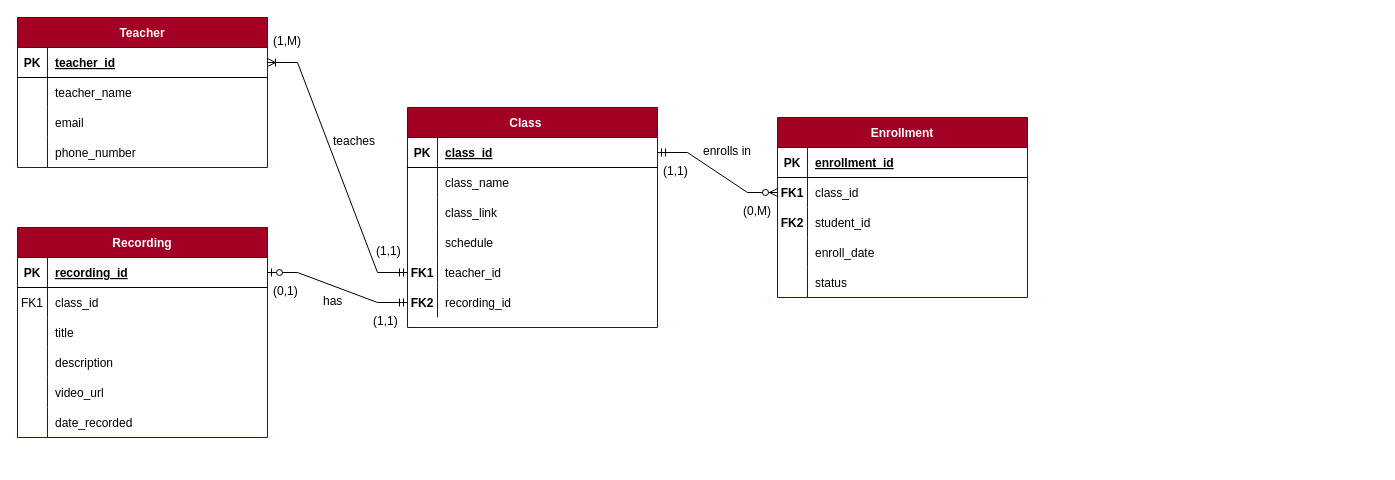
EzraChai/CMT221-Assignment keeps this draw.io diagram as CMT221_Assignment.drawio. Above is the earlier version. Source tidied: cells renumbered, new cells numbered last; positions are measured from the earlier drawing's top-left corner, leaving out a move shared by most shapes. Both pictures are drawn from the tidied source at 100%, with x=0, y=0 at pixel (17, 17).
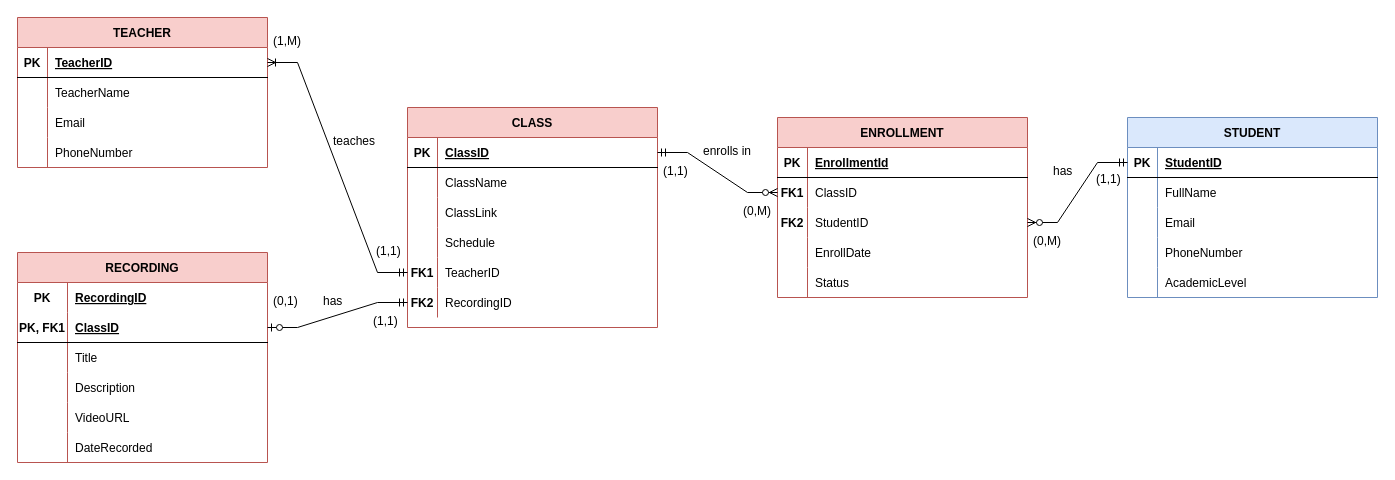
After the change.

Unchanged cells that the change refers to:
```xml
<mxCell id="3" style="shape=partialRectangle;fillColor=none;top=0;left=0;right=0;bottom=1;" parent="2" vertex="1">
  <mxGeometry y="30" width="250" height="30" as="geometry" />
</mxCell>
<mxCell id="6" style="shape=partialRectangle;fillColor=none;points=[[0,0.5],[1,0.5]];portConstraint=eastwest;top=0;left=0;right=0;bottom=0;" parent="2" vertex="1">
  <mxGeometry y="60" width="250" height="30" as="geometry" />
</mxCell>
<mxCell id="9" style="shape=partialRectangle;fillColor=none;points=[[0,0.5],[1,0.5]];portConstraint=eastwest;top=0;left=0;right=0;bottom=0;" parent="2" vertex="1">
  <mxGeometry y="90" width="250" height="30" as="geometry" />
</mxCell>
<mxCell id="12" style="shape=partialRectangle;fillColor=none;top=0;left=0;right=0;bottom=0;" parent="2" vertex="1">
  <mxGeometry y="120" width="250" height="30" as="geometry" />
</mxCell>
<mxCell id="15" style="shape=partialRectangle;fillColor=none;top=0;left=0;right=0;bottom=0;" parent="2" vertex="1">
  <mxGeometry y="150" width="250" height="30" as="geometry" />
</mxCell>
<mxCell id="19" style="shape=partialRectangle;fillColor=none;points=[[0,0.5],[1,0.5]];portConstraint=eastwest;top=0;left=0;right=0;bottom=1;" parent="18" vertex="1">
  <mxGeometry y="30" width="250" height="30" as="geometry" />
</mxCell>
<mxCell id="22" style="shape=partialRectangle;fillColor=none;top=0;left=0;right=0;bottom=0;" parent="18" vertex="1">
  <mxGeometry y="60" width="250" height="30" as="geometry" />
</mxCell>
<mxCell id="25" style="shape=partialRectangle;fillColor=none;top=0;left=0;right=0;bottom=0;" parent="18" vertex="1">
  <mxGeometry y="90" width="250" height="30" as="geometry" />
</mxCell>
<mxCell id="28" style="shape=partialRectangle;fillColor=none;top=0;left=0;right=0;bottom=0;" parent="18" vertex="1">
  <mxGeometry y="120" width="250" height="30" as="geometry" />
</mxCell>
<mxCell id="32" style="shape=partialRectangle;fillColor=none;points=[[0,0.5],[1,0.5]];portConstraint=eastwest;top=0;left=0;right=0;bottom=1;" parent="31" vertex="1">
  <mxGeometry y="30" width="250" height="30" as="geometry" />
</mxCell>
<mxCell id="35" style="shape=partialRectangle;fillColor=none;top=0;left=0;right=0;bottom=0;" parent="31" vertex="1">
  <mxGeometry y="60" width="250" height="30" as="geometry" />
</mxCell>
<mxCell id="38" style="shape=partialRectangle;fillColor=none;top=0;left=0;right=0;bottom=0;" parent="31" vertex="1">
  <mxGeometry y="90" width="250" height="30" as="geometry" />
</mxCell>
<mxCell id="41" style="shape=partialRectangle;fillColor=none;top=0;left=0;right=0;bottom=0;" parent="31" vertex="1">
  <mxGeometry y="120" width="250" height="30" as="geometry" />
</mxCell>
<mxCell id="44" style="shape=partialRectangle;fillColor=none;points=[[0,0.5],[1,0.5]];portConstraint=eastwest;top=0;left=0;right=0;bottom=0;" parent="31" vertex="1">
  <mxGeometry y="150" width="250" height="30" as="geometry" />
</mxCell>
<mxCell id="47" style="shape=partialRectangle;fillColor=none;points=[[0,0.5],[1,0.5]];portConstraint=eastwest;top=0;left=0;right=0;bottom=0;" parent="31" vertex="1">
  <mxGeometry y="180" width="250" height="30" as="geometry" />
</mxCell>
<mxCell id="57" style="shape=partialRectangle;fillColor=none;top=0;left=0;right=0;bottom=0;" parent="50" vertex="1">
  <mxGeometry y="90" width="250" height="30" as="geometry" />
</mxCell>
<mxCell id="60" style="shape=partialRectangle;fillColor=none;top=0;left=0;right=0;bottom=0;" parent="50" vertex="1">
  <mxGeometry y="120" width="250" height="30" as="geometry" />
</mxCell>
<mxCell id="63" style="shape=partialRectangle;fillColor=none;top=0;left=0;right=0;bottom=0;" parent="50" vertex="1">
  <mxGeometry y="150" width="250" height="30" as="geometry" />
</mxCell>
<mxCell id="66" style="shape=partialRectangle;fillColor=none;top=0;left=0;right=0;bottom=0;" parent="50" vertex="1">
  <mxGeometry y="180" width="250" height="30" as="geometry" />
</mxCell>
```

What changed in the source:
```diff
@@
-    <mxCell id="2" value="Enrollment" style="shape=table;startSize=30;childLayout=tableLayout;rowLines=0;fontStyle=1;align=center;fillColor=#a20025;fontColor=#ffffff;strokeColor=#6F0000;" parent="1" vertex="1">
+    <mxCell id="2" value="ENROLLMENT" style="shape=table;startSize=30;childLayout=tableLayout;rowLines=0;fontStyle=1;align=center;fillColor=#f8cecc;strokeColor=#b85450;" parent="1" vertex="1">
       <mxGeometry x="760" y="100" width="250" height="180" as="geometry" />
     </mxCell>
@@
-    <mxCell id="5" value="enrollment_id" style="shape=partialRectangle;overflow=hidden;fillColor=none;top=0;left=0;bottom=0;right=0;align=left;spacingLeft=6;fontStyle=5;" parent="3" vertex="1">
+    <mxCell id="5" value="EnrollmentId" style="shape=partialRectangle;overflow=hidden;fillColor=none;top=0;left=0;bottom=0;right=0;align=left;spacingLeft=6;fontStyle=5;" parent="3" vertex="1">
       <mxGeometry x="30" width="220" height="30" as="geometry" />
     </mxCell>
@@
-    <mxCell id="8" value="class_id" style="shape=partialRectangle;overflow=hidden;fillColor=none;top=0;left=0;bottom=0;right=0;align=left;spacingLeft=6;" parent="6" vertex="1">
+    <mxCell id="8" value="ClassID" style="shape=partialRectangle;overflow=hidden;fillColor=none;top=0;left=0;bottom=0;right=0;align=left;spacingLeft=6;" parent="6" vertex="1">
       <mxGeometry x="30" width="220" height="30" as="geometry" />
     </mxCell>
@@
-    <mxCell id="11" value="student_id" style="shape=partialRectangle;overflow=hidden;fillColor=none;top=0;left=0;bottom=0;right=0;align=left;spacingLeft=6;" parent="9" vertex="1">
+    <mxCell id="11" value="StudentID" style="shape=partialRectangle;overflow=hidden;fillColor=none;top=0;left=0;bottom=0;right=0;align=left;spacingLeft=6;" parent="9" vertex="1">
       <mxGeometry x="30" width="220" height="30" as="geometry" />
     </mxCell>
@@
-    <mxCell id="14" value="enroll_date" style="shape=partialRectangle;overflow=hidden;fillColor=none;top=0;left=0;bottom=0;right=0;align=left;spacingLeft=6;" parent="12" vertex="1">
+    <mxCell id="14" value="EnrollDate" style="shape=partialRectangle;overflow=hidden;fillColor=none;top=0;left=0;bottom=0;right=0;align=left;spacingLeft=6;" parent="12" vertex="1">
       <mxGeometry x="30" width="220" height="30" as="geometry" />
     </mxCell>
@@
-    <mxCell id="17" value="status" style="shape=partialRectangle;overflow=hidden;fillColor=none;top=0;left=0;bottom=0;right=0;align=left;spacingLeft=6;" parent="15" vertex="1">
+    <mxCell id="17" value="Status" style="shape=partialRectangle;overflow=hidden;fillColor=none;top=0;left=0;bottom=0;right=0;align=left;spacingLeft=6;" parent="15" vertex="1">
       <mxGeometry x="30" width="220" height="30" as="geometry" />
     </mxCell>
-    <mxCell id="18" value="Teacher" style="shape=table;startSize=30;childLayout=tableLayout;rowLines=0;fontStyle=1;align=center;fillColor=#a20025;fontColor=#ffffff;strokeColor=#6F0000;" parent="1" vertex="1">
+    <mxCell id="18" value="TEACHER" style="shape=table;startSize=30;childLayout=tableLayout;rowLines=0;fontStyle=1;align=center;fillColor=#f8cecc;strokeColor=#b85450;" parent="1" vertex="1">
       <mxGeometry width="250" height="150" as="geometry" />
     </mxCell>
@@
-    <mxCell id="21" value="teacher_id" style="shape=partialRectangle;overflow=hidden;fillColor=none;top=0;left=0;bottom=0;right=0;align=left;spacingLeft=6;fontStyle=5;" parent="19" vertex="1">
+    <mxCell id="21" value="TeacherID" style="shape=partialRectangle;overflow=hidden;fillColor=none;top=0;left=0;bottom=0;right=0;align=left;spacingLeft=6;fontStyle=5;" parent="19" vertex="1">
       <mxGeometry x="30" width="220" height="30" as="geometry" />
     </mxCell>
@@
-    <mxCell id="24" value="teacher_name" style="shape=partialRectangle;overflow=hidden;fillColor=none;top=0;left=0;bottom=0;right=0;align=left;spacingLeft=6;" parent="22" vertex="1">
+    <mxCell id="24" value="TeacherName" style="shape=partialRectangle;overflow=hidden;fillColor=none;top=0;left=0;bottom=0;right=0;align=left;spacingLeft=6;" parent="22" vertex="1">
       <mxGeometry x="30" width="220" height="30" as="geometry" />
     </mxCell>
@@
-    <mxCell id="27" value="email" style="shape=partialRectangle;overflow=hidden;fillColor=none;top=0;left=0;bottom=0;right=0;align=left;spacingLeft=6;" parent="25" vertex="1">
+    <mxCell id="27" value="Email" style="shape=partialRectangle;overflow=hidden;fillColor=none;top=0;left=0;bottom=0;right=0;align=left;spacingLeft=6;" parent="25" vertex="1">
       <mxGeometry x="30" width="220" height="30" as="geometry" />
     </mxCell>
@@
-    <mxCell id="30" value="phone_number" style="shape=partialRectangle;overflow=hidden;fillColor=none;top=0;left=0;bottom=0;right=0;align=left;spacingLeft=6;" parent="28" vertex="1">
+    <mxCell id="30" value="PhoneNumber" style="shape=partialRectangle;overflow=hidden;fillColor=none;top=0;left=0;bottom=0;right=0;align=left;spacingLeft=6;" parent="28" vertex="1">
       <mxGeometry x="30" width="220" height="30" as="geometry" />
     </mxCell>
-    <mxCell id="31" value="Class    " style="shape=table;startSize=30;childLayout=tableLayout;rowLines=0;fontStyle=1;align=center;fillColor=#a20025;fontColor=#ffffff;strokeColor=#6F0000;" parent="1" vertex="1">
+    <mxCell id="31" value="CLASS" style="shape=table;startSize=30;childLayout=tableLayout;rowLines=0;fontStyle=1;align=center;fillColor=#f8cecc;strokeColor=#b85450;" parent="1" vertex="1">
       <mxGeometry x="390" y="90" width="250" height="220" as="geometry" />
     </mxCell>
@@
-    <mxCell id="34" value="class_id" style="shape=partialRectangle;overflow=hidden;fillColor=none;top=0;left=0;bottom=0;right=0;align=left;spacingLeft=6;fontStyle=5;" parent="32" vertex="1">
+    <mxCell id="34" value="ClassID" style="shape=partialRectangle;overflow=hidden;fillColor=none;top=0;left=0;bottom=0;right=0;align=left;spacingLeft=6;fontStyle=5;" parent="32" vertex="1">
       <mxGeometry x="30" width="220" height="30" as="geometry" />
     </mxCell>
@@
-    <mxCell id="37" value="class_name" style="shape=partialRectangle;overflow=hidden;fillColor=none;top=0;left=0;bottom=0;right=0;align=left;spacingLeft=6;" parent="35" vertex="1">
+    <mxCell id="37" value="ClassName" style="shape=partialRectangle;overflow=hidden;fillColor=none;top=0;left=0;bottom=0;right=0;align=left;spacingLeft=6;" parent="35" vertex="1">
       <mxGeometry x="30" width="220" height="30" as="geometry" />
     </mxCell>
@@
-    <mxCell id="40" value="class_link" style="shape=partialRectangle;overflow=hidden;fillColor=none;top=0;left=0;bottom=0;right=0;align=left;spacingLeft=6;" parent="38" vertex="1">
+    <mxCell id="40" value="ClassLink" style="shape=partialRectangle;overflow=hidden;fillColor=none;top=0;left=0;bottom=0;right=0;align=left;spacingLeft=6;" parent="38" vertex="1">
       <mxGeometry x="30" width="220" height="30" as="geometry" />
     </mxCell>
@@
-    <mxCell id="43" value="schedule" style="shape=partialRectangle;overflow=hidden;fillColor=none;top=0;left=0;bottom=0;right=0;align=left;spacingLeft=6;" parent="41" vertex="1">
+    <mxCell id="43" value="Schedule" style="shape=partialRectangle;overflow=hidden;fillColor=none;top=0;left=0;bottom=0;right=0;align=left;spacingLeft=6;" parent="41" vertex="1">
       <mxGeometry x="30" width="220" height="30" as="geometry" />
     </mxCell>
@@
-    <mxCell id="46" value="teacher_id" style="shape=partialRectangle;overflow=hidden;fillColor=none;top=0;left=0;bottom=0;right=0;align=left;spacingLeft=6;" parent="44" vertex="1">
+    <mxCell id="46" value="TeacherID" style="shape=partialRectangle;overflow=hidden;fillColor=none;top=0;left=0;bottom=0;right=0;align=left;spacingLeft=6;" parent="44" vertex="1">
       <mxGeometry x="30" width="220" height="30" as="geometry" />
     </mxCell>
@@
-    <mxCell id="49" value="recording_id" style="shape=partialRectangle;overflow=hidden;fillColor=none;top=0;left=0;bottom=0;right=0;align=left;spacingLeft=6;" parent="47" vertex="1">
+    <mxCell id="49" value="RecordingID" style="shape=partialRectangle;overflow=hidden;fillColor=none;top=0;left=0;bottom=0;right=0;align=left;spacingLeft=6;" parent="47" vertex="1">
       <mxGeometry x="30" width="220" height="30" as="geometry" />
     </mxCell>
-    <mxCell id="50" value="Recording" style="shape=table;startSize=30;childLayout=tableLayout;rowLines=0;fontStyle=1;align=center;fillColor=#a20025;fontColor=#ffffff;strokeColor=#6F0000;" parent="1" vertex="1">
-      <mxGeometry y="210" width="250" height="210" as="geometry" />
+    <mxCell id="50" value="RECORDING" style="shape=table;startSize=30;childLayout=tableLayout;rowLines=0;fontStyle=1;align=center;fillColor=#f8cecc;strokeColor=#b85450;" parent="1" vertex="1">
+      <mxGeometry y="235" width="250" height="210" as="geometry" />
     </mxCell>
+    <mxCell id="54" style="shape=partialRectangle;fillColor=none;top=0;left=0;right=0;bottom=0;" parent="50" vertex="1">
+      <mxGeometry y="30" width="250" height="30" as="geometry" />
+    </mxCell>
+    <mxCell id="55" value="PK" style="shape=partialRectangle;overflow=hidden;fillColor=none;top=0;left=0;bottom=0;right=0;fontStyle=1;" parent="54" vertex="1">
+      <mxGeometry width="50" height="30" as="geometry" />
+    </mxCell>
+    <mxCell id="56" value="RecordingID" style="shape=partialRectangle;overflow=hidden;fillColor=none;top=0;left=0;bottom=0;right=0;align=left;spacingLeft=6;fontStyle=5;" parent="54" vertex="1">
+      <mxGeometry x="50" width="200" height="30" as="geometry" />
+    </mxCell>
     <mxCell id="51" style="shape=partialRectangle;fillColor=none;points=[[0,0.5],[1,0.5]];portConstraint=eastwest;top=0;left=0;right=0;bottom=1;" parent="50" vertex="1">
-      <mxGeometry y="30" width="250" height="30" as="geometry" />
+      <mxGeometry y="60" width="250" height="30" as="geometry" />
     </mxCell>
-    <mxCell id="52" value="PK" style="shape=partialRectangle;overflow=hidden;fillColor=none;top=0;left=0;bottom=0;right=0;fontStyle=1;" parent="51" vertex="1">
-      <mxGeometry width="30" height="30" as="geometry" />
+    <mxCell id="52" value="PK, FK1" style="shape=partialRectangle;overflow=hidden;fillColor=none;top=0;left=0;bottom=0;right=0;fontStyle=1;" parent="51" vertex="1">
+      <mxGeometry width="50" height="30" as="geometry" />
     </mxCell>
-    <mxCell id="53" value="recording_id" style="shape=partialRectangle;overflow=hidden;fillColor=none;top=0;left=0;bottom=0;right=0;align=left;spacingLeft=6;fontStyle=5;" parent="51" vertex="1">
-      <mxGeometry x="30" width="220" height="30" as="geometry" />
+    <mxCell id="53" value="ClassID" style="shape=partialRectangle;overflow=hidden;fillColor=none;top=0;left=0;bottom=0;right=0;align=left;spacingLeft=6;fontStyle=5;" parent="51" vertex="1">
+      <mxGeometry x="50" width="200" height="30" as="geometry" />
     </mxCell>
-    <mxCell id="54" style="shape=partialRectangle;fillColor=none;top=0;left=0;right=0;bottom=0;" parent="50" vertex="1">
-      <mxGeometry y="60" width="250" height="30" as="geometry" />
-    </mxCell>
-    <mxCell id="55" value="FK1" style="shape=partialRectangle;overflow=hidden;fillColor=none;top=0;left=0;bottom=0;right=0;" parent="54" vertex="1">
-      <mxGeometry width="30" height="30" as="geometry" />
-    </mxCell>
-    <mxCell id="56" value="class_id" style="shape=partialRectangle;overflow=hidden;fillColor=none;top=0;left=0;bottom=0;right=0;align=left;spacingLeft=6;" parent="54" vertex="1">
-      <mxGeometry x="30" width="220" height="30" as="geometry" />
-    </mxCell>
@@
     <mxCell id="58" style="shape=partialRectangle;overflow=hidden;fillColor=none;top=0;left=0;bottom=0;right=0;" parent="57" vertex="1">
-      <mxGeometry width="30" height="30" as="geometry" />
+      <mxGeometry width="50" height="30" as="geometry" />
     </mxCell>
-    <mxCell id="59" value="title" style="shape=partialRectangle;overflow=hidden;fillColor=none;top=0;left=0;bottom=0;right=0;align=left;spacingLeft=6;" parent="57" vertex="1">
-      <mxGeometry x="30" width="220" height="30" as="geometry" />
+    <mxCell id="59" value="Title" style="shape=partialRectangle;overflow=hidden;fillColor=none;top=0;left=0;bottom=0;right=0;align=left;spacingLeft=6;" parent="57" vertex="1">
+      <mxGeometry x="50" width="200" height="30" as="geometry" />
     </mxCell>
@@
     <mxCell id="61" style="shape=partialRectangle;overflow=hidden;fillColor=none;top=0;left=0;bottom=0;right=0;" parent="60" vertex="1">
-      <mxGeometry width="30" height="30" as="geometry" />
+      <mxGeometry width="50" height="30" as="geometry" />
     </mxCell>
-    <mxCell id="62" value="description" style="shape=partialRectangle;overflow=hidden;fillColor=none;top=0;left=0;bottom=0;right=0;align=left;spacingLeft=6;" parent="60" vertex="1">
-      <mxGeometry x="30" width="220" height="30" as="geometry" />
+    <mxCell id="62" value="Description" style="shape=partialRectangle;overflow=hidden;fillColor=none;top=0;left=0;bottom=0;right=0;align=left;spacingLeft=6;" parent="60" vertex="1">
+      <mxGeometry x="50" width="200" height="30" as="geometry" />
     </mxCell>
@@
     <mxCell id="64" style="shape=partialRectangle;overflow=hidden;fillColor=none;top=0;left=0;bottom=0;right=0;" parent="63" vertex="1">
-      <mxGeometry width="30" height="30" as="geometry" />
+      <mxGeometry width="50" height="30" as="geometry" />
     </mxCell>
-    <mxCell id="65" value="video_url" style="shape=partialRectangle;overflow=hidden;fillColor=none;top=0;left=0;bottom=0;right=0;align=left;spacingLeft=6;" parent="63" vertex="1">
-      <mxGeometry x="30" width="220" height="30" as="geometry" />
+    <mxCell id="65" value="VideoURL" style="shape=partialRectangle;overflow=hidden;fillColor=none;top=0;left=0;bottom=0;right=0;align=left;spacingLeft=6;" parent="63" vertex="1">
+      <mxGeometry x="50" width="200" height="30" as="geometry" />
     </mxCell>
@@
     <mxCell id="67" style="shape=partialRectangle;overflow=hidden;fillColor=none;top=0;left=0;bottom=0;right=0;" parent="66" vertex="1">
-      <mxGeometry width="30" height="30" as="geometry" />
+      <mxGeometry width="50" height="30" as="geometry" />
     </mxCell>
-    <mxCell id="68" value="date_recorded" style="shape=partialRectangle;overflow=hidden;fillColor=none;top=0;left=0;bottom=0;right=0;align=left;spacingLeft=6;" parent="66" vertex="1">
-      <mxGeometry x="30" width="220" height="30" as="geometry" />
+    <mxCell id="68" value="DateRecorded" style="shape=partialRectangle;overflow=hidden;fillColor=none;top=0;left=0;bottom=0;right=0;align=left;spacingLeft=6;" parent="66" vertex="1">
+      <mxGeometry x="50" width="200" height="30" as="geometry" />
     </mxCell>
@@
     <mxCell id="73" value="(0,1)" style="text;strokeColor=none;fillColor=none;spacingLeft=4;spacingRight=4;overflow=hidden;fontSize=12;whiteSpace=wrap;html=1;" parent="1" vertex="1">
-      <mxGeometry x="250" y="260" width="60" height="30" as="geometry" />
+      <mxGeometry x="250" y="270" width="60" height="30" as="geometry" />
     </mxCell>
@@
+    <mxCell id="81" value="STUDENT" style="shape=table;startSize=30;childLayout=tableLayout;rowLines=0;fontStyle=1;align=center;fillColor=#dae8fc;strokeColor=#6c8ebf;" parent="1" vertex="1">
+      <mxGeometry x="1110" y="100" width="250" height="180" as="geometry" />
+    </mxCell>
+    <mxCell id="82" style="shape=partialRectangle;fillColor=none;points=[[0,0.5],[1,0.5]];portConstraint=eastwest;top=0;left=0;right=0;bottom=1;" parent="81" vertex="1">
+      <mxGeometry y="30" width="250" height="30" as="geometry" />
+    </mxCell>
+    <mxCell id="83" value="PK" style="shape=partialRectangle;overflow=hidden;fillColor=none;top=0;left=0;bottom=0;right=0;fontStyle=1;" parent="82" vertex="1">
+      <mxGeometry width="30" height="30" as="geometry" />
+    </mxCell>
+    <mxCell id="84" value="StudentID" style="shape=partialRectangle;overflow=hidden;fillColor=none;top=0;left=0;bottom=0;right=0;align=left;spacingLeft=6;fontStyle=5;" parent="82" vertex="1">
+      <mxGeometry x="30" width="220" height="30" as="geometry" />
+    </mxCell>
+    <mxCell id="85" style="shape=partialRectangle;fillColor=none;top=0;left=0;right=0;bottom=0;" parent="81" vertex="1">
+      <mxGeometry y="60" width="250" height="30" as="geometry" />
+    </mxCell>
+    <mxCell id="86" style="shape=partialRectangle;overflow=hidden;fillColor=none;top=0;left=0;bottom=0;right=0;fontStyle=1;" parent="85" vertex="1">
+      <mxGeometry width="30" height="30" as="geometry" />
+    </mxCell>
+    <mxCell id="87" value="FullName" style="shape=partialRectangle;overflow=hidden;fillColor=none;top=0;left=0;bottom=0;right=0;align=left;spacingLeft=6;" parent="85" vertex="1">
+      <mxGeometry x="30" width="220" height="30" as="geometry" />
+    </mxCell>
+    <mxCell id="88" style="shape=partialRectangle;fillColor=none;top=0;left=0;right=0;bottom=0;" parent="81" vertex="1">
+      <mxGeometry y="90" width="250" height="30" as="geometry" />
+    </mxCell>
+    <mxCell id="89" style="shape=partialRectangle;overflow=hidden;fillColor=none;top=0;left=0;bottom=0;right=0;fontStyle=1;" parent="88" vertex="1">
+      <mxGeometry width="30" height="30" as="geometry" />
+    </mxCell>
+    <mxCell id="90" value="Email" style="shape=partialRectangle;overflow=hidden;fillColor=none;top=0;left=0;bottom=0;right=0;align=left;spacingLeft=6;" parent="88" vertex="1">
+      <mxGeometry x="30" width="220" height="30" as="geometry" />
+    </mxCell>
+    <mxCell id="91" style="shape=partialRectangle;fillColor=none;top=0;left=0;right=0;bottom=0;" parent="81" vertex="1">
+      <mxGeometry y="120" width="250" height="30" as="geometry" />
+    </mxCell>
+    <mxCell id="92" style="shape=partialRectangle;overflow=hidden;fillColor=none;top=0;left=0;bottom=0;right=0;" parent="91" vertex="1">
+      <mxGeometry width="30" height="30" as="geometry" />
+    </mxCell>
+    <mxCell id="93" value="PhoneNumber" style="shape=partialRectangle;overflow=hidden;fillColor=none;top=0;left=0;bottom=0;right=0;align=left;spacingLeft=6;" parent="91" vertex="1">
+      <mxGeometry x="30" width="220" height="30" as="geometry" />
+    </mxCell>
+    <mxCell id="94" style="shape=partialRectangle;fillColor=none;top=0;left=0;right=0;bottom=0;" parent="81" vertex="1">
+      <mxGeometry y="150" width="250" height="30" as="geometry" />
+    </mxCell>
+    <mxCell id="95" style="shape=partialRectangle;overflow=hidden;fillColor=none;top=0;left=0;bottom=0;right=0;" parent="94" vertex="1">
+      <mxGeometry width="30" height="30" as="geometry" />
+    </mxCell>
+    <mxCell id="96" value="AcademicLevel" style="shape=partialRectangle;overflow=hidden;fillColor=none;top=0;left=0;bottom=0;right=0;align=left;spacingLeft=6;" parent="94" vertex="1">
+      <mxGeometry x="30" width="220" height="30" as="geometry" />
+    </mxCell>
+    <mxCell id="97" style="edgeStyle=entityRelationEdgeStyle;fontSize=12;html=1;endArrow=ERzeroToMany;startArrow=ERmandOne;rounded=0;entryX=1;entryY=0.5;entryDx=0;entryDy=0;exitX=0;exitY=0.5;exitDx=0;exitDy=0;" parent="1" edge="1" source="82" target="9">
+      <mxGeometry relative="1" as="geometry" />
+    </mxCell>
+    <mxCell id="98" value="has" style="text;strokeColor=none;fillColor=none;spacingLeft=4;spacingRight=4;overflow=hidden;fontSize=12;whiteSpace=wrap;html=1;" parent="1" vertex="1">
+      <mxGeometry x="1030" y="140" width="60" height="30" as="geometry" />
+    </mxCell>
+    <mxCell id="99" value="(1,1)" style="text;strokeColor=none;fillColor=none;spacingLeft=4;spacingRight=4;overflow=hidden;fontSize=12;whiteSpace=wrap;html=1;" parent="1" vertex="1">
+      <mxGeometry x="1073" y="148" width="60" height="30" as="geometry" />
+    </mxCell>
+    <mxCell id="100" value="(0,M)" style="text;strokeColor=none;fillColor=none;spacingLeft=4;spacingRight=4;overflow=hidden;fontSize=12;whiteSpace=wrap;html=1;" parent="1" vertex="1">
+      <mxGeometry x="1010" y="210" width="40" height="30" as="geometry" />
+    </mxCell>
```
